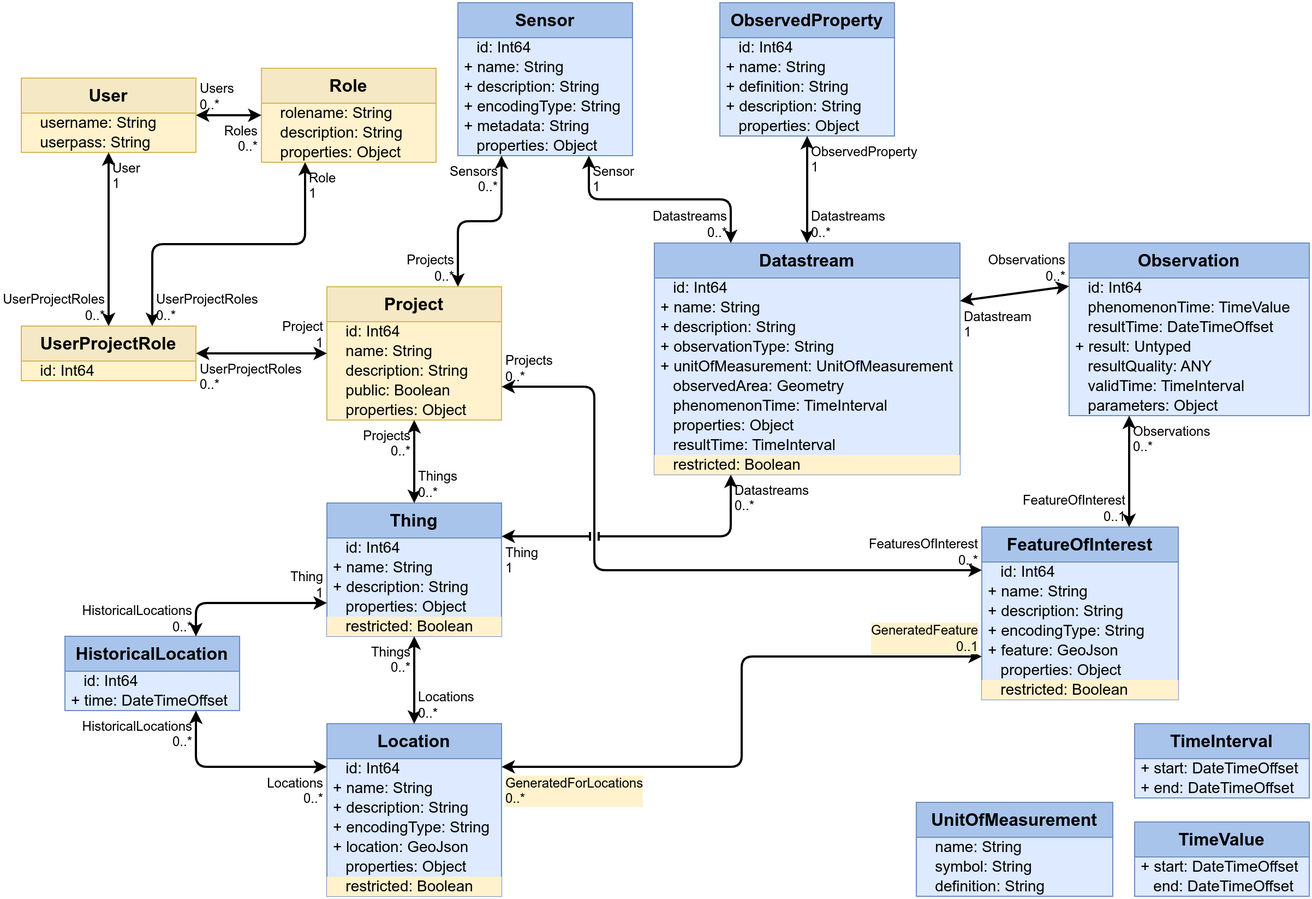
hylkevds/FROST-Server.Plugin.Projects keeps this draw.io diagram as Datamodel-SensorThingsApi-Projects.drawio.png. Above is the earlier version. Source tidied: cells renumbered, new cells last; positions are measured from the earlier drawing's top-left corner, leaving out a move shared by most shapes.
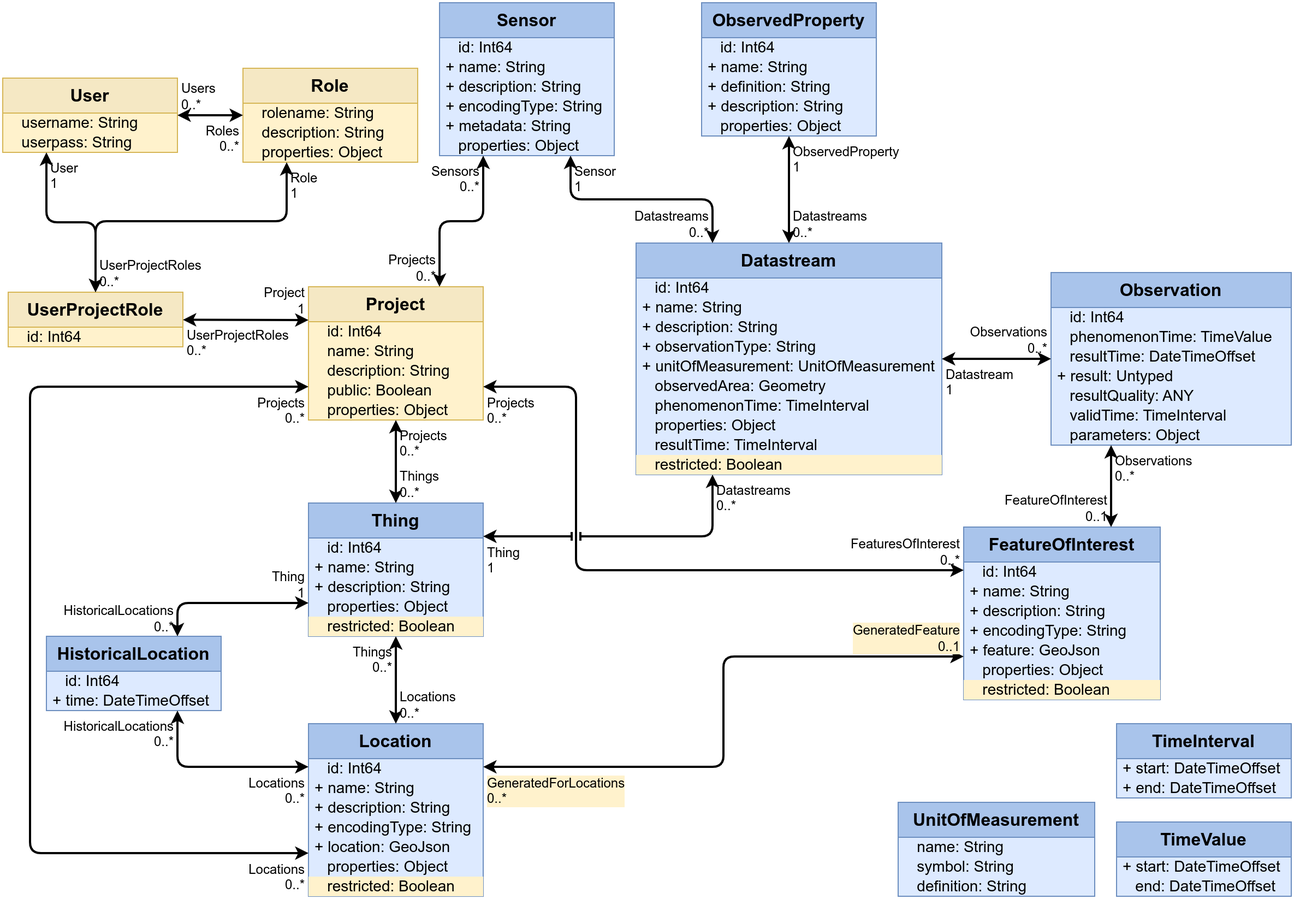
After the commit.

The edit, as a diff of the source:
```diff
@@ -111,7 +111,7 @@
       <mxGeometry x="1" relative="1" as="geometry" />
     </mxCell>
     <mxCell id="38" value="Observation" style="swimlane;fontStyle=1;horizontal=1;startSize=32;fontSize=16;whiteSpace=wrap;html=1;fillColor=#A9C4EB;strokeColor=#6c8ebf;swimlaneFillColor=#DDEAFF;verticalAlign=top;" parent="1" vertex="1">
-      <mxGeometry x="960" y="220" width="220" height="158" as="geometry" />
+      <mxGeometry x="960" y="247" width="220" height="158" as="geometry" />
     </mxCell>
     <mxCell id="39" value="&amp;nbsp;&amp;nbsp;&amp;nbsp;id: Int64" style="text;strokeColor=none;fillColor=none;align=left;verticalAlign=middle;spacingLeft=4;spacingRight=4;overflow=visible;html=1;fontSize=14;" parent="38" vertex="1">
       <mxGeometry y="32" width="220" height="18" as="geometry" />
@@ -134,7 +134,7 @@
     <mxCell id="45" value="&amp;nbsp;&amp;nbsp;&amp;nbsp;parameters: Object" style="text;strokeColor=none;fillColor=none;align=left;verticalAlign=middle;spacingLeft=4;spacingRight=4;overflow=visible;html=1;fontSize=14;" parent="38" vertex="1">
       <mxGeometry y="140" width="220" height="18" as="geometry" />
     </mxCell>
-    <mxCell id="46" style="endArrow=classic;startArrow=classic;html=1;rounded=1;entryX=1;entryY=0.25;entryDx=0;entryDy=0;exitX=0;exitY=0.25;exitDx=0;exitDy=0;strokeWidth=2;curved=0;jumpStyle=line;" parent="1" edge="1" source="38" target="2">
+    <mxCell id="46" style="endArrow=classic;startArrow=classic;html=1;rounded=1;entryX=1;entryY=0.5;entryDx=0;entryDy=0;exitX=0;exitY=0.5;exitDx=0;exitDy=0;strokeWidth=2;curved=0;jumpStyle=line;" parent="1" edge="1" source="38" target="2">
       <mxGeometry relative="1" as="geometry" />
     </mxCell>
     <mxCell id="47" value="Observations&lt;br&gt;0..*" style="edgeLabel;html=1;align=right;verticalAlign=bottom;labelBackgroundColor=none;fontSize=12;spacingLeft=1;spacing=3;spacingRight=2;" parent="46" vertex="1">
@@ -205,7 +205,7 @@
         </Array>
       </mxGeometry>
     </mxCell>
-    <mxCell id="68" value="Projects&lt;br&gt;0..*" style="edgeLabel;html=1;align=left;verticalAlign=bottom;labelBackgroundColor=none;fontSize=12;spacingLeft=1;spacing=3;spacingRight=2;" parent="67" vertex="1">
+    <mxCell id="68" value="Projects&lt;br&gt;0..*" style="edgeLabel;html=1;align=left;verticalAlign=top;labelBackgroundColor=none;fontSize=12;spacingLeft=1;spacing=3;spacingRight=2;" parent="67" vertex="1">
       <mxGeometry x="-1" relative="1" as="geometry" />
     </mxCell>
     <mxCell id="69" value="FeaturesOfInterest&lt;br&gt;0..*" style="edgeLabel;html=1;align=right;verticalAlign=bottom;labelBackgroundColor=none;fontSize=12;spacingLeft=1;spacing=3;spacingRight=2;" parent="67" vertex="1">
@@ -304,7 +304,7 @@
     <mxCell id="100" value="Things&lt;br&gt;0..*" style="edgeLabel;html=1;align=left;verticalAlign=bottom;labelBackgroundColor=none;fontSize=12;spacingLeft=1;spacing=3;spacingRight=2;" parent="99" vertex="1">
       <mxGeometry x="-1" relative="1" as="geometry" />
     </mxCell>
-    <mxCell id="101" value="Projects&lt;br&gt;0..*" style="edgeLabel;html=1;align=right;verticalAlign=top;labelBackgroundColor=none;fontSize=12;spacingLeft=1;spacing=3;spacingRight=2;" parent="99" vertex="1">
+    <mxCell id="101" value="Projects&lt;br&gt;0..*" style="edgeLabel;html=1;align=left;verticalAlign=top;labelBackgroundColor=none;fontSize=12;spacingLeft=1;spacing=3;spacingRight=2;" parent="99" vertex="1">
       <mxGeometry x="1" relative="1" as="geometry" />
     </mxCell>
     <mxCell id="102" style="endArrow=classic;startArrow=classic;html=1;rounded=1;exitX=1;exitY=0.25;exitDx=0;exitDy=0;entryX=0.25;entryY=1;entryDx=0;entryDy=0;edgeStyle=orthogonalEdgeStyle;curved=0;strokeWidth=2;jumpStyle=line;" parent="1" edge="1" source="87" target="2">
@@ -335,12 +335,12 @@
       <mxGeometry x="1" relative="1" as="geometry" />
     </mxCell>
     <mxCell id="111" value="UserProjectRole" style="swimlane;fontStyle=1;horizontal=1;startSize=32;fontSize=16;whiteSpace=wrap;html=1;fillColor=#F5E8C4;strokeColor=#D6B656;swimlaneFillColor=#FFF2CC;" parent="1" vertex="1">
-      <mxGeometry y="296" width="160" height="50" as="geometry" />
+      <mxGeometry x="5" y="265" width="160" height="50" as="geometry" />
     </mxCell>
     <mxCell id="112" value="&amp;nbsp;&amp;nbsp;&amp;nbsp;id: Int64" style="text;strokeColor=none;fillColor=none;align=left;verticalAlign=middle;spacingLeft=4;spacingRight=4;overflow=visible;html=1;fontSize=14;" parent="111" vertex="1">
       <mxGeometry y="32" width="160" height="18" as="geometry" />
     </mxCell>
-    <mxCell id="113" style="endArrow=classic;startArrow=classic;html=1;rounded=1;noEdgeStyle=1;strokeWidth=2;curved=0;jumpStyle=line;" parent="1" edge="1" source="111" target="61">
+    <mxCell id="113" style="endArrow=classic;startArrow=classic;html=1;rounded=1;noEdgeStyle=1;strokeWidth=2;curved=0;jumpStyle=line;entryX=0;entryY=0.25;entryDx=0;entryDy=0;" parent="1" edge="1" source="111" target="61">
       <mxGeometry relative="1" as="geometry" />
     </mxCell>
     <mxCell id="114" value="UserProjectRoles&lt;br&gt;0..*" style="edgeLabel;html=1;align=left;verticalAlign=top;labelBackgroundColor=none;fontSize=12;spacingLeft=1;spacing=3;spacingRight=2;" parent="113" vertex="1">
@@ -349,8 +349,13 @@
     <mxCell id="115" value="Project&lt;br&gt;1" style="edgeLabel;html=1;align=right;verticalAlign=bottom;labelBackgroundColor=none;fontSize=12;spacingLeft=1;spacing=3;spacingRight=2;" parent="113" vertex="1">
       <mxGeometry x="1" relative="1" as="geometry" />
     </mxCell>
-    <mxCell id="116" style="endArrow=classic;startArrow=classic;html=1;rounded=1;exitX=0.75;exitY=0;exitDx=0;exitDy=0;edgeStyle=orthogonalEdgeStyle;entryX=0.25;entryY=1;entryDx=0;entryDy=0;strokeWidth=2;curved=0;jumpStyle=line;" parent="1" edge="1" source="111" target="70">
-      <mxGeometry relative="1" as="geometry" />
+    <mxCell id="116" style="endArrow=classic;startArrow=classic;html=1;rounded=1;exitX=0.5;exitY=0;exitDx=0;exitDy=0;edgeStyle=orthogonalEdgeStyle;entryX=0.25;entryY=1;entryDx=0;entryDy=0;strokeWidth=2;curved=0;jumpStyle=line;" parent="1" edge="1" source="111" target="70">
+      <mxGeometry relative="1" as="geometry">
+        <Array as="points">
+          <mxPoint x="85" y="200" />
+          <mxPoint x="260" y="200" />
+        </Array>
+      </mxGeometry>
     </mxCell>
     <mxCell id="117" value="UserProjectRoles&lt;br&gt;0..*" style="edgeLabel;html=1;align=left;verticalAlign=bottom;labelBackgroundColor=none;fontSize=12;spacingLeft=1;spacing=3;spacingRight=2;" parent="116" vertex="1">
       <mxGeometry x="-1" relative="1" as="geometry" />
@@ -358,12 +363,9 @@
     <mxCell id="118" value="Role&lt;br&gt;1" style="edgeLabel;html=1;align=left;verticalAlign=top;labelBackgroundColor=none;fontSize=12;spacingLeft=1;spacing=3;spacingRight=2;" parent="116" vertex="1">
       <mxGeometry x="1" relative="1" as="geometry" />
     </mxCell>
-    <mxCell id="119" style="endArrow=classic;startArrow=classic;html=1;rounded=1;noEdgeStyle=1;exitX=0.5;exitY=0;exitDx=0;exitDy=0;strokeWidth=2;curved=0;jumpStyle=line;" parent="1" edge="1" source="111" target="105">
+    <mxCell id="119" style="endArrow=classic;startArrow=classic;html=1;rounded=1;exitX=0.5;exitY=0;exitDx=0;exitDy=0;strokeWidth=2;jumpStyle=line;edgeStyle=orthogonalEdgeStyle;entryX=0.25;entryY=1;entryDx=0;entryDy=0;" parent="1" edge="1" source="111" target="105">
       <mxGeometry relative="1" as="geometry" />
     </mxCell>
-    <mxCell id="120" value="UserProjectRoles&lt;br&gt;0..*" style="edgeLabel;html=1;align=right;verticalAlign=bottom;labelBackgroundColor=none;fontSize=12;spacingLeft=1;spacing=3;spacingRight=2;" parent="119" vertex="1">
-      <mxGeometry x="-1" relative="1" as="geometry" />
-    </mxCell>
     <mxCell id="121" value="User&lt;br&gt;1" style="edgeLabel;html=1;align=left;verticalAlign=top;labelBackgroundColor=none;fontSize=12;spacingLeft=1;spacing=3;spacingRight=2;" parent="119" vertex="1">
       <mxGeometry x="1" relative="1" as="geometry" />
     </mxCell>
@@ -397,5 +399,19 @@
     <mxCell id="131" value="&amp;nbsp;&amp;nbsp;&amp;nbsp;definition: String" style="text;strokeColor=none;fillColor=none;align=left;verticalAlign=middle;spacingLeft=4;spacingRight=4;overflow=visible;html=1;fontSize=14;" parent="128" vertex="1">
       <mxGeometry y="68" width="180" height="18" as="geometry" />
     </mxCell>
+    <mxCell id="132" style="endArrow=classic;startArrow=classic;html=1;rounded=1;entryX=0;entryY=0.75;entryDx=0;entryDy=0;edgeStyle=orthogonalEdgeStyle;exitX=0;exitY=0.75;exitDx=0;exitDy=0;strokeWidth=2;jumpStyle=line;" parent="1" edge="1" source="61" target="24">
+      <mxGeometry relative="1" as="geometry">
+        <Array as="points">
+          <mxPoint x="25" y="351" />
+          <mxPoint x="25" y="778" />
+        </Array>
+      </mxGeometry>
+    </mxCell>
+    <mxCell id="133" value="Projects&lt;br&gt;0..*" style="edgeLabel;html=1;align=right;verticalAlign=top;labelBackgroundColor=none;fontSize=12;spacingLeft=1;spacing=3;spacingRight=2;" parent="132" vertex="1">
+      <mxGeometry x="-1" relative="1" as="geometry" />
+    </mxCell>
+    <mxCell id="134" value="Locations&lt;br&gt;0..*" style="edgeLabel;html=1;align=right;verticalAlign=top;labelBackgroundColor=none;fontSize=12;spacingLeft=1;spacing=3;spacingRight=2;" parent="132" vertex="1">
+      <mxGeometry x="1" relative="1" as="geometry" />
+    </mxCell>
   </root>
 </mxGraphModel>
```
